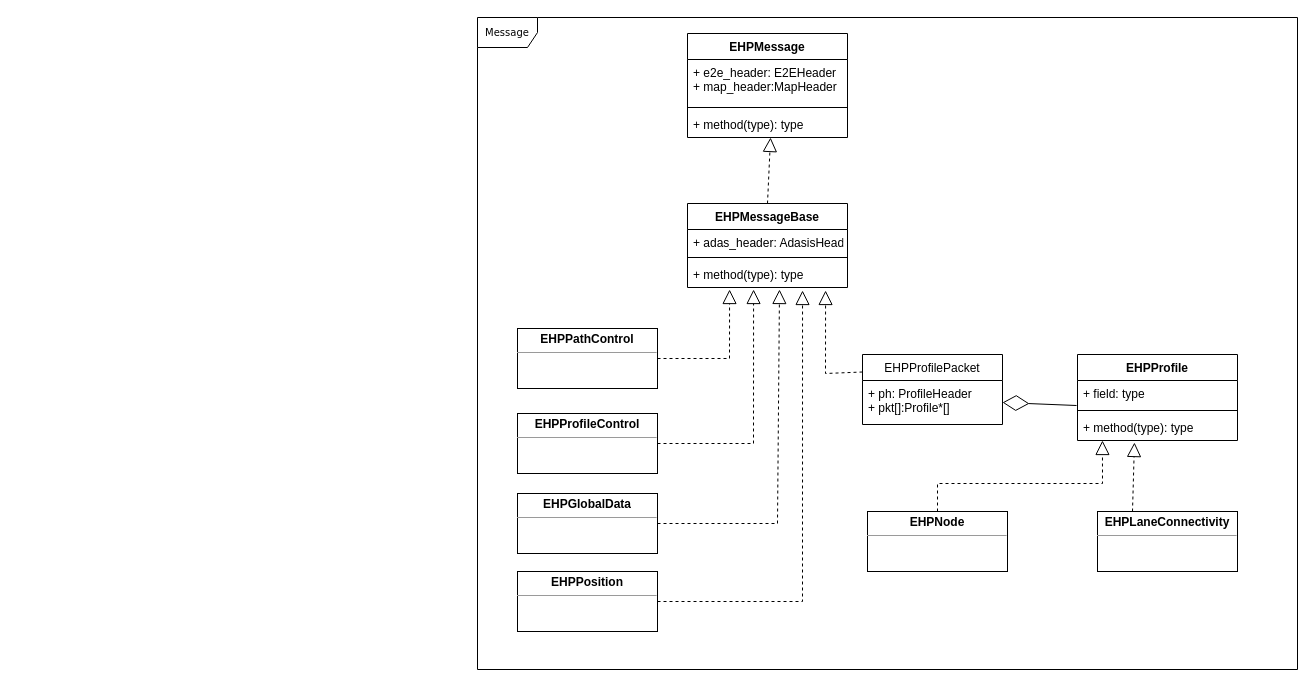
This is Untitled Diagram.drawio from MelodyD/melodyd.github.io, a draw.io file, before an edit. Source tidied: cells renumbered, new cells numbered last; positions are measured from the earlier drawing's top-left corner, leaving out a move shared by most shapes. Both pictures are drawn from the tidied source at 100%, with x=0, y=0 at pixel (477, 17).
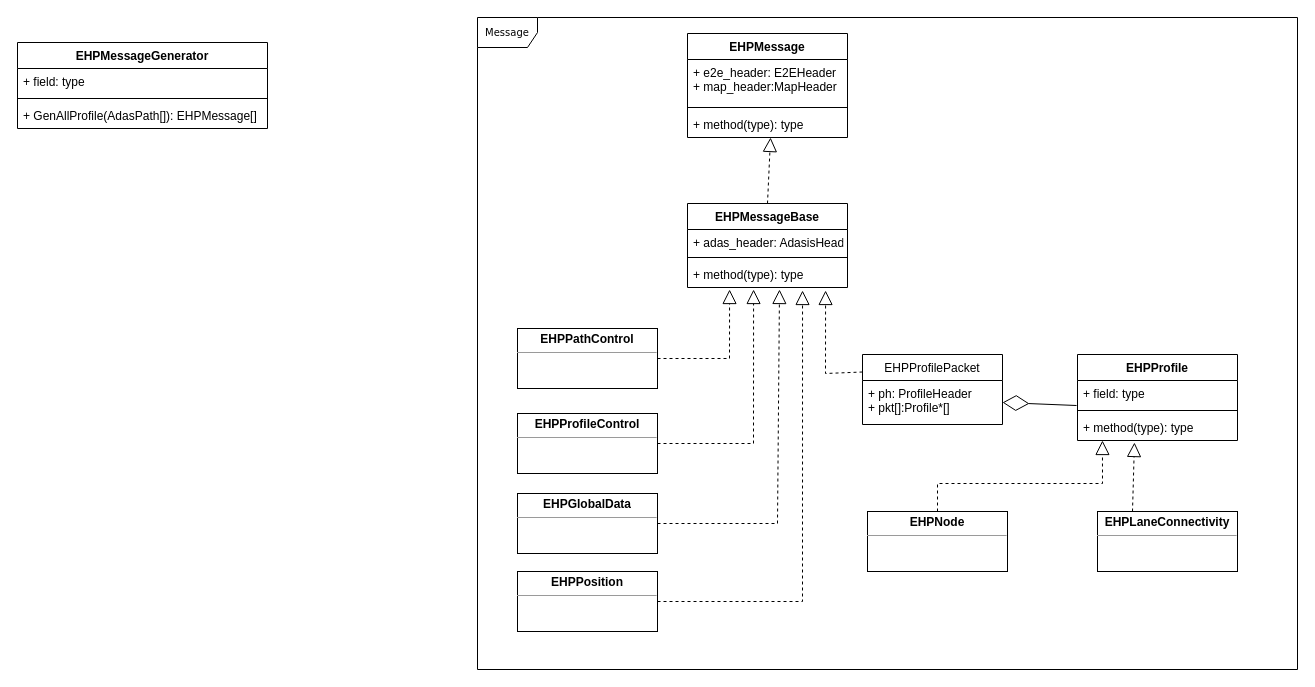
The same page after the edit.

Change to the diagram source:
```diff
@@
+    <mxCell id="32" value="EHPMessageGenerator" style="swimlane;fontStyle=1;align=center;verticalAlign=top;horizontal=1;startSize=26;" parent="1" vertex="1">
+      <mxGeometry x="-460" y="25" width="250" height="86" as="geometry" />
+    </mxCell>
+    <mxCell id="33" value="+ field: type" style="text;strokeColor=none;fillColor=none;align=left;verticalAlign=top;spacingLeft=4;spacingRight=4;overflow=hidden;" parent="32" vertex="1">
+      <mxGeometry y="26" width="250" height="26" as="geometry" />
+    </mxCell>
+    <mxCell id="34" style="line;strokeWidth=1;fillColor=none;align=left;verticalAlign=middle;spacingTop=-1;spacingLeft=3;spacingRight=3;labelPosition=right;" parent="32" vertex="1">
+      <mxGeometry y="52" width="250" height="8" as="geometry" />
+    </mxCell>
+    <mxCell id="35" value="+ GenAllProfile(AdasPath[]): EHPMessage[]" style="text;strokeColor=none;fillColor=none;align=left;verticalAlign=top;spacingLeft=4;spacingRight=4;overflow=hidden;" parent="32" vertex="1">
+      <mxGeometry y="60" width="250" height="26" as="geometry" />
+    </mxCell>
```
